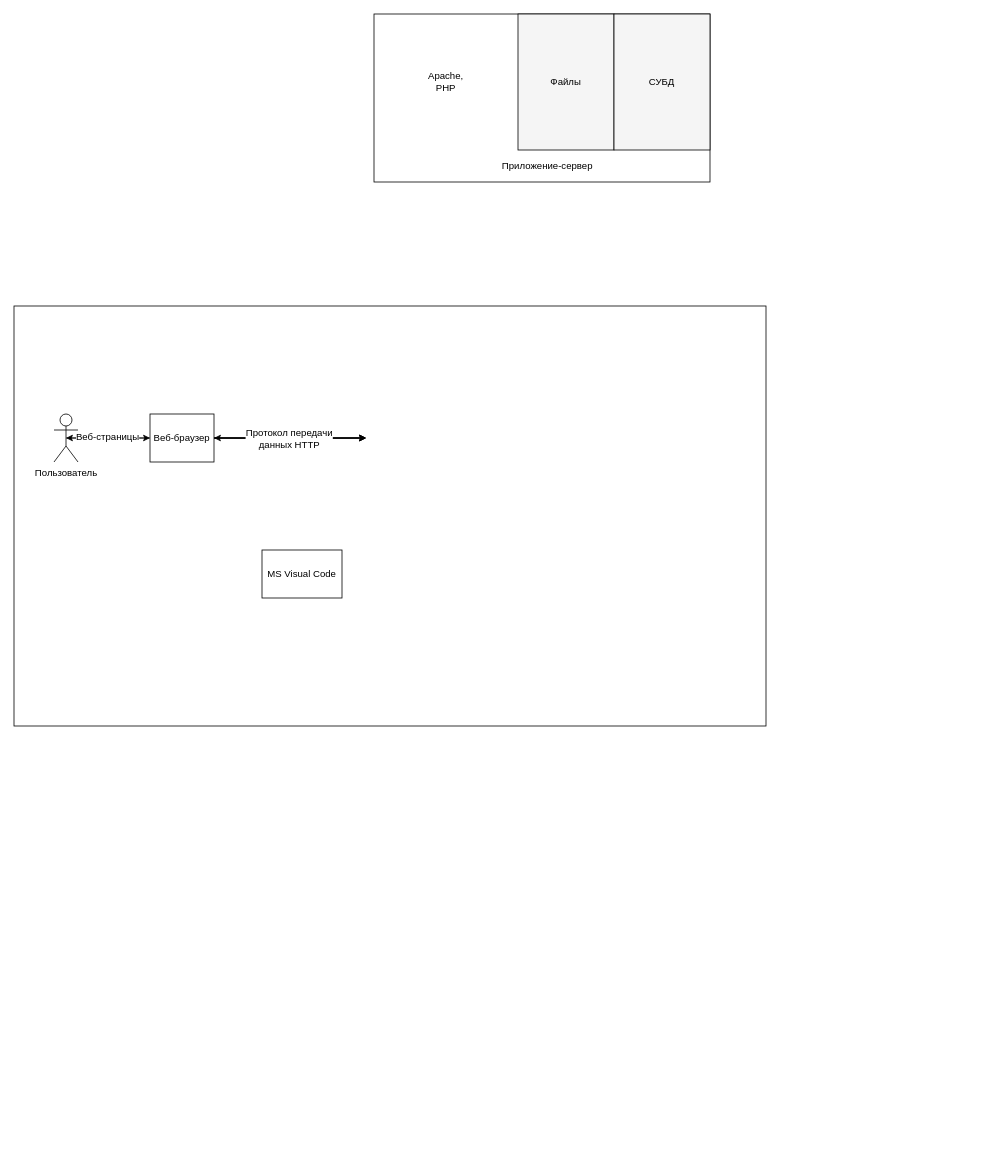
Above: Components structure Diagram.drawio in Fake-Make/Au (draw.io), before the change. Source tidied: cells renumbered, new cells numbered last; positions are measured from the earlier drawing's top-left corner, leaving out a move shared by most shapes. Both pictures are drawn from the tidied source at 80%, with x=0, y=0 at pixel (14, 14).
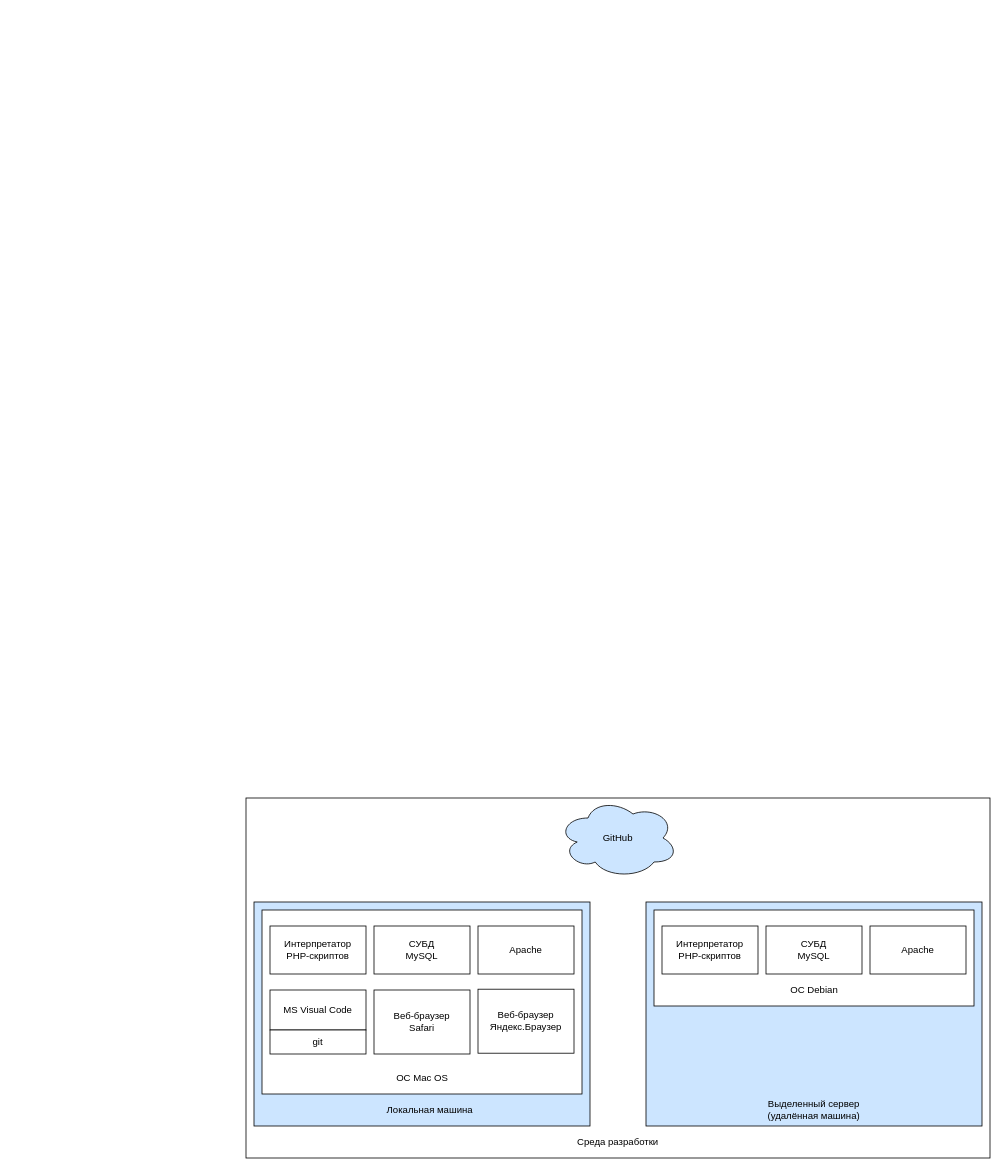
After the change.

Commit message:
Update Components Structure Diagram.drawio

Change to the diagram source:
```diff
@@
-    <mxCell id="2" style="rounded=0;whiteSpace=wrap;html=1;" parent="1" vertex="1">
-      <mxGeometry y="365" width="940" height="525" as="geometry" />
-    </mxCell>
-    <mxCell id="3" style="edgeStyle=orthogonalEdgeStyle;rounded=0;jettySize=auto;html=1;exitX=0.5;exitY=0.5;exitDx=0;exitDy=0;exitPerimeter=0;" parent="1" edge="1" source="4" target="11">
-      <mxGeometry relative="1" as="geometry" />
-    </mxCell>
-    <mxCell id="4" value="Пользователь" style="shape=umlActor;verticalLabelPosition=bottom;labelBackgroundColor=#ffffff;verticalAlign=top;html=1;outlineConnect=0;" parent="1" vertex="1">
-      <mxGeometry x="50" y="500" width="30" height="60" as="geometry" />
-    </mxCell>
-    <mxCell id="5" style="edgeStyle=orthogonalEdgeStyle;rounded=0;jettySize=auto;html=1;exitX=1;exitY=0.5;exitDx=0;exitDy=0;" parent="1" edge="1" source="11">
-      <mxGeometry relative="1" as="geometry">
-        <mxPoint x="440" y="530" as="targetPoint" />
-      </mxGeometry>
-    </mxCell>
-    <mxCell id="6" style="edgeStyle=orthogonalEdgeStyle;rounded=0;jettySize=auto;html=1;exitX=1;exitY=0.5;exitDx=0;exitDy=0;entryX=0;entryY=0.5;entryDx=0;entryDy=0;" parent="1" edge="1" source="11">
-      <mxGeometry relative="1" as="geometry">
-        <mxPoint x="440" y="530" as="targetPoint" />
-      </mxGeometry>
-    </mxCell>
-    <mxCell id="7" style="edgeStyle=orthogonalEdgeStyle;rounded=0;jettySize=auto;html=1;exitX=1;exitY=0.5;exitDx=0;exitDy=0;" parent="1" edge="1" source="11">
-      <mxGeometry relative="1" as="geometry">
-        <mxPoint x="440" y="530" as="targetPoint" />
-      </mxGeometry>
-    </mxCell>
-    <mxCell id="8" style="edgeStyle=orthogonalEdgeStyle;rounded=0;jettySize=auto;html=1;exitX=1;exitY=0.5;exitDx=0;exitDy=0;entryX=0;entryY=0.5;entryDx=0;entryDy=0;" parent="1" edge="1" source="11">
-      <mxGeometry relative="1" as="geometry">
-        <mxPoint x="440" y="530" as="targetPoint" />
-      </mxGeometry>
-    </mxCell>
-    <mxCell id="9" style="edgeStyle=orthogonalEdgeStyle;rounded=0;jettySize=auto;html=1;exitX=0;exitY=0.5;exitDx=0;exitDy=0;entryX=0.5;entryY=0.5;entryDx=0;entryDy=0;entryPerimeter=0;" parent="1" edge="1" source="11" target="4">
-      <mxGeometry relative="1" as="geometry" />
-    </mxCell>
-    <mxCell id="10" value="Веб-страницы" style="text;html=1;align=center;verticalAlign=middle;labelBackgroundColor=#ffffff;" parent="9" vertex="1">
-      <mxGeometry x="0.2" y="-2" relative="1" as="geometry">
-        <mxPoint x="9" as="offset" />
-      </mxGeometry>
-    </mxCell>
-    <mxCell id="11" value="Веб-браузер" style="rounded=0;whiteSpace=wrap;html=1;" parent="1" vertex="1">
-      <mxGeometry x="170" y="500" width="80" height="60" as="geometry" />
-    </mxCell>
+    <mxCell id="29" style="rounded=0;whiteSpace=wrap;html=1;fillColor=#FFFFFF;" parent="1" vertex="1">
+      <mxGeometry x="290" y="980" width="930" height="450" as="geometry" />
+    </mxCell>
@@
-    <mxCell id="13" style="edgeStyle=orthogonalEdgeStyle;rounded=0;jettySize=auto;html=1;exitX=0;exitY=0.5;exitDx=0;exitDy=0;entryX=1;entryY=0.5;entryDx=0;entryDy=0;" parent="1" edge="1" target="11">
-      <mxGeometry relative="1" as="geometry">
-        <mxPoint x="440" y="530" as="sourcePoint" />
-      </mxGeometry>
-    </mxCell>
-    <mxCell id="14" value="Протокол передачи&lt;br&gt;данных HTTP&lt;br&gt;" style="text;html=1;align=center;verticalAlign=middle;labelBackgroundColor=#ffffff;" parent="13" vertex="1">
-      <mxGeometry x="0.13" relative="1" as="geometry">
-        <mxPoint x="11" as="offset" />
-      </mxGeometry>
-    </mxCell>
@@
+    <mxCell id="30" style="rounded=0;whiteSpace=wrap;html=1;fillColor=#CCE5FF;" parent="1" vertex="1">
+      <mxGeometry x="790" y="1110" width="420" height="280" as="geometry" />
+    </mxCell>
+    <mxCell id="31" style="group;" parent="1" vertex="1">
+      <mxGeometry x="800" y="1120" width="400" height="120" as="geometry" />
+    </mxCell>
+    <mxCell id="32" style="rounded=0;whiteSpace=wrap;html=1;fillColor=#FFFFFF;" parent="31" vertex="1">
+      <mxGeometry width="400" height="120" as="geometry" />
+    </mxCell>
+    <mxCell id="33" value="Интерпретатор&lt;br&gt;PHP-скриптов&lt;br&gt;" style="rounded=0;whiteSpace=wrap;html=1;fillColor=#FFFFFF;" parent="31" vertex="1">
+      <mxGeometry x="10" y="20" width="120" height="60" as="geometry" />
+    </mxCell>
+    <mxCell id="34" value="СУБД&lt;br&gt;MySQL&lt;br&gt;" style="rounded=0;whiteSpace=wrap;html=1;fillColor=#FFFFFF;" parent="31" vertex="1">
+      <mxGeometry x="140" y="20" width="120" height="60" as="geometry" />
+    </mxCell>
+    <mxCell id="35" value="Apache" style="rounded=0;whiteSpace=wrap;html=1;fillColor=#FFFFFF;" parent="31" vertex="1">
+      <mxGeometry x="270" y="20" width="120" height="60" as="geometry" />
+    </mxCell>
+    <mxCell id="36" value="ОС Debian" style="text;html=1;strokeColor=none;fillColor=none;align=center;verticalAlign=middle;whiteSpace=wrap;rounded=0;" parent="31" vertex="1">
+      <mxGeometry x="132.5" y="90" width="135" height="20" as="geometry" />
+    </mxCell>
+    <mxCell id="37" style="rounded=0;whiteSpace=wrap;html=1;fillColor=#CCE5FF;" parent="1" vertex="1">
+      <mxGeometry x="300" y="1110" width="420" height="280" as="geometry" />
+    </mxCell>
+    <mxCell id="38" style="group;" parent="1" vertex="1">
+      <mxGeometry x="310" y="1120" width="400" height="230" as="geometry" />
+    </mxCell>
+    <mxCell id="39" style="rounded=0;whiteSpace=wrap;html=1;fillColor=#FFFFFF;" parent="38" vertex="1">
+      <mxGeometry width="400" height="230" as="geometry" />
+    </mxCell>
+    <mxCell id="40" value="Интерпретатор&lt;br&gt;PHP-скриптов&lt;br&gt;" style="rounded=0;whiteSpace=wrap;html=1;fillColor=#FFFFFF;" parent="38" vertex="1">
+      <mxGeometry x="10" y="20" width="120" height="60" as="geometry" />
+    </mxCell>
+    <mxCell id="41" value="СУБД&lt;br&gt;MySQL&lt;br&gt;" style="rounded=0;whiteSpace=wrap;html=1;fillColor=#FFFFFF;" parent="38" vertex="1">
+      <mxGeometry x="140" y="20" width="120" height="60" as="geometry" />
+    </mxCell>
+    <mxCell id="42" value="Apache" style="rounded=0;whiteSpace=wrap;html=1;fillColor=#FFFFFF;" parent="38" vertex="1">
+      <mxGeometry x="270" y="20" width="120" height="60" as="geometry" />
+    </mxCell>
+    <mxCell id="43" value="ОС Mac OS&lt;br&gt;" style="text;html=1;strokeColor=none;fillColor=none;align=center;verticalAlign=middle;whiteSpace=wrap;rounded=0;" parent="38" vertex="1">
+      <mxGeometry x="132.5" y="200" width="135" height="20" as="geometry" />
+    </mxCell>
+    <mxCell id="44" style="group;" parent="38" vertex="1">
+      <mxGeometry x="10" y="100" width="120" height="80" as="geometry" />
+    </mxCell>
-    <mxCell id="22" value="MS Visual Code" style="rounded=0;whiteSpace=wrap;html=1;" parent="1" vertex="1">
-      <mxGeometry x="310" y="670" width="100" height="60" as="geometry" />
+    <mxCell id="22" value="MS Visual Code" style="rounded=0;whiteSpace=wrap;html=1;fillColor=#FFFFFF;" parent="44" vertex="1">
+      <mxGeometry width="120" height="50" as="geometry" />
     </mxCell>
-    <mxCell id="23" style="group;" parent="1" vertex="1">
-      <mxGeometry x="450" width="420" height="210" as="geometry" />
-    </mxCell>
-    <mxCell id="24" style="rounded=0;whiteSpace=wrap;html=1;" parent="23" vertex="1">
-      <mxGeometry width="420" height="210" as="geometry" />
-    </mxCell>
-    <mxCell id="25" value="Файлы" style="rounded=0;whiteSpace=wrap;html=1;fillColor=#F5F5F5;" parent="23" vertex="1">
-      <mxGeometry x="180" width="120" height="170" as="geometry" />
-    </mxCell>
-    <mxCell id="26" value="СУБД" style="rounded=0;whiteSpace=wrap;html=1;fillColor=#F5F5F5;" parent="23" vertex="1">
-      <mxGeometry x="300" width="120" height="170" as="geometry" />
-    </mxCell>
-    <mxCell id="27" value="Apache,&lt;br&gt;PHP&lt;br&gt;" style="text;html=1;strokeColor=none;fillColor=none;align=center;verticalAlign=middle;whiteSpace=wrap;rounded=0;" parent="23" vertex="1">
-      <mxGeometry x="70" y="75" width="40" height="20" as="geometry" />
-    </mxCell>
-    <mxCell id="28" value="Приложение-сервер" style="text;html=1;strokeColor=none;fillColor=none;align=center;verticalAlign=middle;whiteSpace=wrap;rounded=0;" parent="23" vertex="1">
-      <mxGeometry x="157" y="180" width="120" height="20" as="geometry" />
-    </mxCell>
+    <mxCell id="45" value="git" style="rounded=0;whiteSpace=wrap;html=1;fillColor=#FFFFFF;" parent="44" vertex="1">
+      <mxGeometry y="50" width="120" height="30" as="geometry" />
+    </mxCell>
+    <mxCell id="46" value="Веб-браузер&lt;br&gt;Safari&lt;br&gt;" style="rounded=0;whiteSpace=wrap;html=1;fillColor=#FFFFFF;" parent="38" vertex="1">
+      <mxGeometry x="140" y="100" width="120" height="80" as="geometry" />
+    </mxCell>
+    <mxCell id="47" value="Веб-браузер&lt;br&gt;Яндекс.Браузер&lt;br&gt;" style="rounded=0;whiteSpace=wrap;html=1;fillColor=#FFFFFF;" parent="38" vertex="1">
+      <mxGeometry x="270" y="99" width="120" height="80" as="geometry" />
+    </mxCell>
+    <mxCell id="48" value="Локальная машина" style="text;html=1;strokeColor=none;fillColor=none;align=center;verticalAlign=middle;whiteSpace=wrap;rounded=0;" parent="1" vertex="1">
+      <mxGeometry x="425" y="1360" width="190" height="20" as="geometry" />
+    </mxCell>
+    <mxCell id="49" value="Выделенный сервер&lt;br&gt;(удалённая машина)&lt;br&gt;" style="text;html=1;strokeColor=none;fillColor=none;align=center;verticalAlign=middle;whiteSpace=wrap;rounded=0;" parent="1" vertex="1">
+      <mxGeometry x="905" y="1360" width="190" height="20" as="geometry" />
+    </mxCell>
+    <mxCell id="50" value="GitHub" style="ellipse;shape=cloud;whiteSpace=wrap;html=1;fillColor=#CCE5FF;" parent="1" vertex="1">
+      <mxGeometry x="680" y="980" width="150" height="100" as="geometry" />
+    </mxCell>
+    <mxCell id="51" value="Среда разработки" style="text;html=1;strokeColor=none;fillColor=none;align=center;verticalAlign=middle;whiteSpace=wrap;rounded=0;" parent="1" vertex="1">
+      <mxGeometry x="660" y="1400" width="190" height="20" as="geometry" />
+    </mxCell>
```
